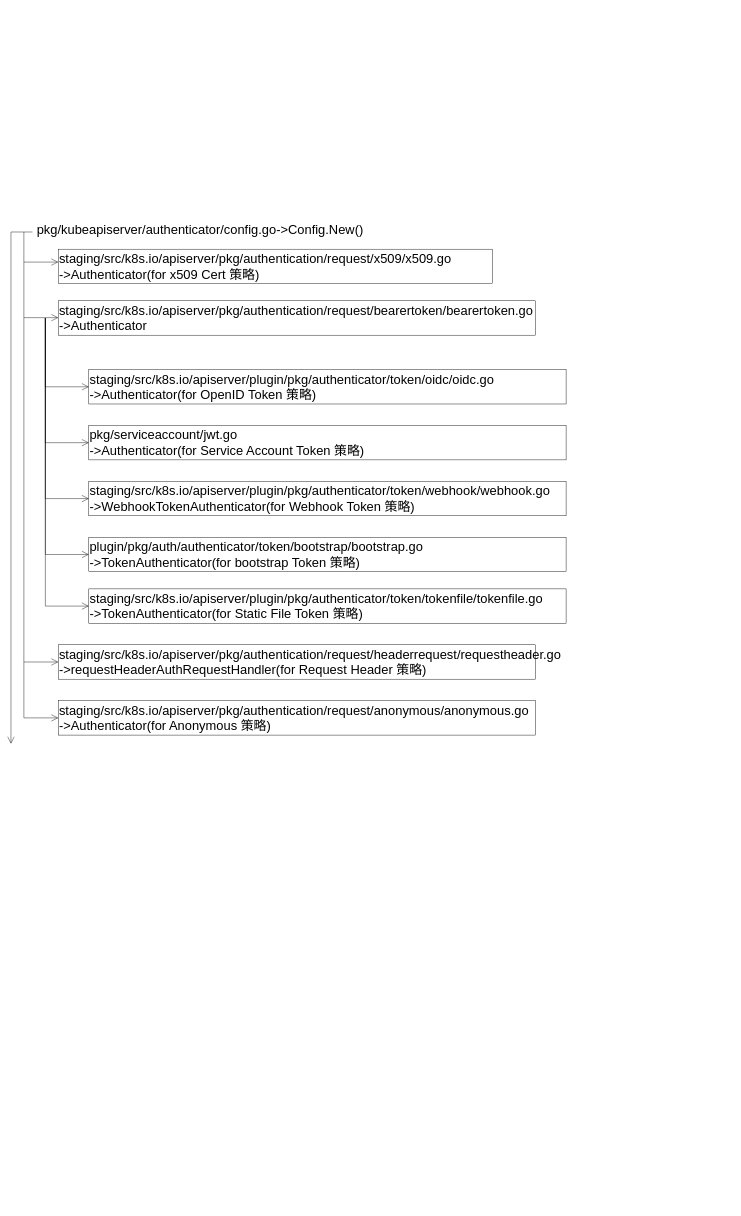
Above: k8scl/api-server/apiserver-login-impl-register.drawio in K8SCL/assets-repo (draw.io), before the change. Source tidied: cells renumbered, new cells numbered last; positions are measured from the earlier drawing's top-left corner, leaving out a move shared by most shapes. Both pictures are drawn from the tidied source at 43%, with x=0, y=0 at pixel (11, 223).
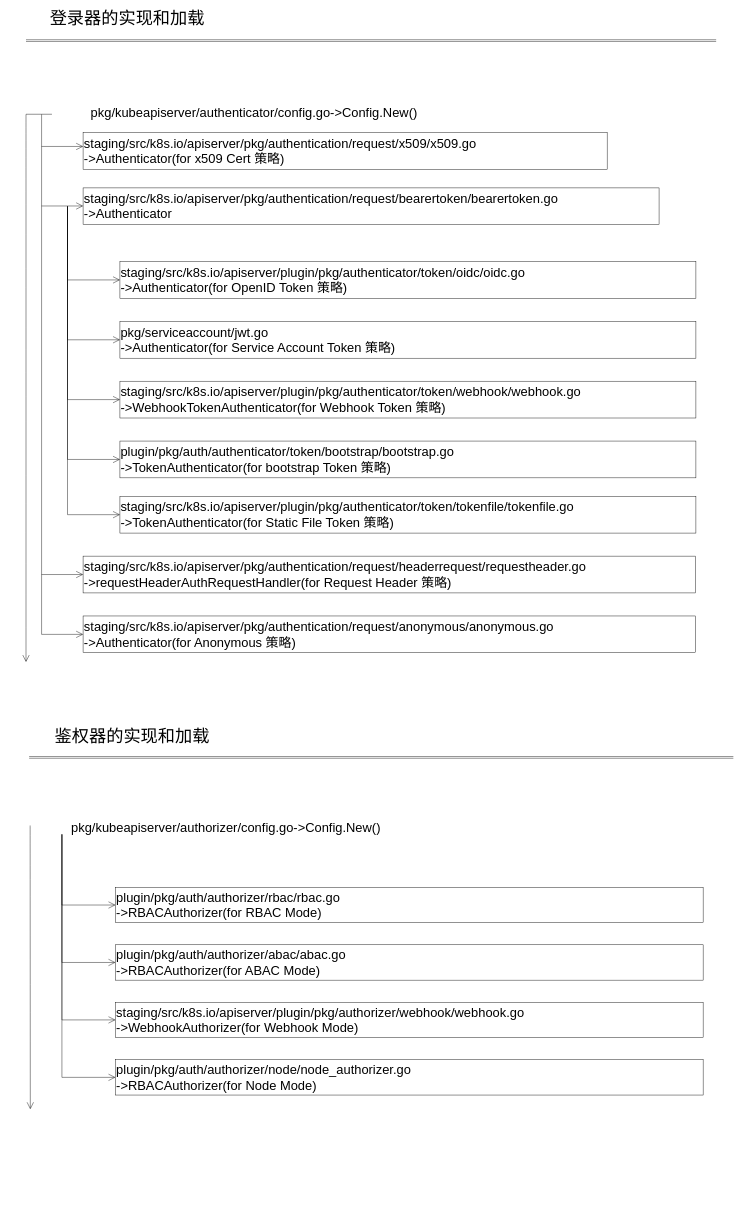
The same diagram, later.

Change to the diagram source:
```diff
@@
+    <mxCell id="23" style="group;strokeColor=none;dashed=1;" parent="1" vertex="1">
+      <mxGeometry x="35" y="-500" width="1605" height="1520" as="geometry" />
+    </mxCell>
-    <mxCell id="2" style="edgeStyle=none;orthogonalLoop=1;jettySize=auto;html=1;rounded=0;fontSize=30;endArrow=open;startSize=14;endSize=14;sourcePerimeterSpacing=8;targetPerimeterSpacing=8;curved=1;" parent="1" edge="1">
+    <mxCell id="2" style="edgeStyle=none;orthogonalLoop=1;jettySize=auto;html=1;rounded=0;fontSize=30;endArrow=open;startSize=14;endSize=14;sourcePerimeterSpacing=8;targetPerimeterSpacing=8;curved=1;" parent="23" edge="1">
       <mxGeometry relative="1" as="geometry">
-        <mxPoint y="20" as="sourcePoint" />
-        <mxPoint y="1210" as="targetPoint" />
+        <mxPoint y="246.2" as="sourcePoint" />
+        <mxPoint y="1520" as="targetPoint" />
       </mxGeometry>
     </mxCell>
-    <mxCell id="3" value="pkg/kubeapiserver/authenticator/config.go-&amp;gt;Config.New()" style="text;strokeColor=none;fillColor=none;html=1;align=center;verticalAlign=middle;whiteSpace=wrap;rounded=0;fontSize=30;" parent="1" vertex="1">
-      <mxGeometry x="50" width="780" height="30" as="geometry" />
+    <mxCell id="3" value="pkg/kubeapiserver/authenticator/config.go-&amp;gt;Config.New()" style="text;strokeColor=none;fillColor=none;html=1;align=center;verticalAlign=middle;whiteSpace=wrap;rounded=0;fontSize=30;" parent="23" vertex="1">
+      <mxGeometry x="60.3" y="224.8" width="941.3" height="32.1" as="geometry" />
     </mxCell>
-    <mxCell id="4" value="staging/src/k8s.io/apiserver/pkg/authentication/request/x509/x509.go&lt;br&gt;-&amp;gt;Authenticator(for x509 Cert 策略)" style="rounded=0;whiteSpace=wrap;html=1;fontSize=30;align=left;" parent="1" vertex="1">
-      <mxGeometry x="110" y="60" width="1010" height="80" as="geometry" />
+    <mxCell id="4" value="staging/src/k8s.io/apiserver/pkg/authentication/request/x509/x509.go&lt;br&gt;-&amp;gt;Authenticator(for x509 Cert 策略)" style="rounded=0;whiteSpace=wrap;html=1;fontSize=30;align=left;" parent="23" vertex="1">
+      <mxGeometry x="132.7" y="289" width="1218.8" height="85.6" as="geometry" />
     </mxCell>
-    <mxCell id="5" value="staging/src/k8s.io/apiserver/pkg/authentication/request/bearertoken/bearertoken.go&lt;br&gt;-&amp;gt;Authenticator" style="rounded=0;whiteSpace=wrap;html=1;fontSize=30;align=left;" parent="1" vertex="1">
-      <mxGeometry x="110" y="180" width="1110" height="80" as="geometry" />
+    <mxCell id="5" value="staging/src/k8s.io/apiserver/pkg/authentication/request/bearertoken/bearertoken.go&lt;br&gt;-&amp;gt;Authenticator" style="rounded=0;whiteSpace=wrap;html=1;fontSize=30;align=left;" parent="23" vertex="1">
+      <mxGeometry x="132.7" y="417.5" width="1339.5" height="85.6" as="geometry" />
     </mxCell>
-    <mxCell id="6" value="staging/src/k8s.io/apiserver/plugin/pkg/authenticator/token/oidc/oidc.go&lt;br&gt;-&amp;gt;Authenticator(for OpenID Token 策略)" style="rounded=0;whiteSpace=wrap;html=1;fontSize=30;align=left;" parent="1" vertex="1">
-      <mxGeometry x="181" y="340" width="1110" height="80" as="geometry" />
+    <mxCell id="6" value="staging/src/k8s.io/apiserver/plugin/pkg/authenticator/token/oidc/oidc.go&lt;br&gt;-&amp;gt;Authenticator(for OpenID Token 策略)" style="rounded=0;whiteSpace=wrap;html=1;fontSize=30;align=left;" parent="23" vertex="1">
+      <mxGeometry x="218.4" y="588.7" width="1339.5" height="85.6" as="geometry" />
     </mxCell>
-    <mxCell id="7" value="pkg/serviceaccount/jwt.go&lt;br&gt;-&amp;gt;Authenticator(for Service Account Token 策略)" style="rounded=0;whiteSpace=wrap;html=1;fontSize=30;align=left;" parent="1" vertex="1">
-      <mxGeometry x="181" y="470" width="1110" height="80" as="geometry" />
+    <mxCell id="7" value="pkg/serviceaccount/jwt.go&lt;br&gt;-&amp;gt;Authenticator(for Service Account Token 策略)" style="rounded=0;whiteSpace=wrap;html=1;fontSize=30;align=left;" parent="23" vertex="1">
+      <mxGeometry x="218.4" y="727.9" width="1339.5" height="85.6" as="geometry" />
     </mxCell>
-    <mxCell id="8" value="staging/src/k8s.io/apiserver/plugin/pkg/authenticator/token/webhook/webhook.go&lt;br style=&quot;border-color: var(--border-color);&quot;&gt;-&amp;gt;WebhookTokenAuthenticator(for Webhook Token 策略)" style="rounded=0;whiteSpace=wrap;html=1;fontSize=30;align=left;" parent="1" vertex="1">
-      <mxGeometry x="181" y="600" width="1110" height="80" as="geometry" />
+    <mxCell id="8" value="staging/src/k8s.io/apiserver/plugin/pkg/authenticator/token/webhook/webhook.go&lt;br style=&quot;border-color: var(--border-color);&quot;&gt;-&amp;gt;WebhookTokenAuthenticator(for Webhook Token 策略)" style="rounded=0;whiteSpace=wrap;html=1;fontSize=30;align=left;" parent="23" vertex="1">
+      <mxGeometry x="218.4" y="867" width="1339.5" height="85.6" as="geometry" />
     </mxCell>
-    <mxCell id="9" value="plugin/pkg/auth/authenticator/token/bootstrap/bootstrap.go&lt;br style=&quot;border-color: var(--border-color);&quot;&gt;-&amp;gt;TokenAuthenticator(for bootstrap Token 策略)" style="rounded=0;whiteSpace=wrap;html=1;fontSize=30;align=left;" parent="1" vertex="1">
-      <mxGeometry x="181" y="730" width="1110" height="80" as="geometry" />
+    <mxCell id="9" value="plugin/pkg/auth/authenticator/token/bootstrap/bootstrap.go&lt;br style=&quot;border-color: var(--border-color);&quot;&gt;-&amp;gt;TokenAuthenticator(for bootstrap Token 策略)" style="rounded=0;whiteSpace=wrap;html=1;fontSize=30;align=left;" parent="23" vertex="1">
+      <mxGeometry x="218.4" y="1006.2" width="1339.5" height="85.6" as="geometry" />
     </mxCell>
-    <mxCell id="10" value="staging/src/k8s.io/apiserver/plugin/pkg/authenticator/token/tokenfile/tokenfile.go&lt;br style=&quot;border-color: var(--border-color);&quot;&gt;-&amp;gt;TokenAuthenticator(for Static File Token 策略)" style="rounded=0;whiteSpace=wrap;html=1;fontSize=30;align=left;" parent="1" vertex="1">
-      <mxGeometry x="181" y="850" width="1110" height="80" as="geometry" />
+    <mxCell id="10" value="staging/src/k8s.io/apiserver/plugin/pkg/authenticator/token/tokenfile/tokenfile.go&lt;br style=&quot;border-color: var(--border-color);&quot;&gt;-&amp;gt;TokenAuthenticator(for Static File Token 策略)" style="rounded=0;whiteSpace=wrap;html=1;fontSize=30;align=left;" parent="23" vertex="1">
+      <mxGeometry x="218.4" y="1134.6" width="1339.5" height="85.6" as="geometry" />
     </mxCell>
-    <mxCell id="11" value="staging/src/k8s.io/apiserver/pkg/authentication/request/headerrequest/requestheader.go&lt;br&gt;-&amp;gt;requestHeaderAuthRequestHandler(for Request Header 策略)" style="rounded=0;whiteSpace=wrap;html=1;fontSize=30;align=left;" parent="1" vertex="1">
-      <mxGeometry x="110" y="980" width="1110" height="80" as="geometry" />
+    <mxCell id="11" value="staging/src/k8s.io/apiserver/pkg/authentication/request/headerrequest/requestheader.go&lt;br&gt;-&amp;gt;requestHeaderAuthRequestHandler(for Request Header 策略)" style="rounded=0;whiteSpace=wrap;html=1;fontSize=30;align=left;" parent="23" vertex="1">
+      <mxGeometry x="132.7" y="1273.8" width="1424" height="85.6" as="geometry" />
     </mxCell>
-    <mxCell id="12" value="staging/src/k8s.io/apiserver/pkg/authentication/request/anonymous/anonymous.go&lt;br&gt;-&amp;gt;Authenticator(for Anonymous 策略)" style="rounded=0;whiteSpace=wrap;html=1;fontSize=30;align=left;" parent="1" vertex="1">
-      <mxGeometry x="110" y="1110" width="1110" height="80" as="geometry" />
+    <mxCell id="12" value="staging/src/k8s.io/apiserver/pkg/authentication/request/anonymous/anonymous.go&lt;br&gt;-&amp;gt;Authenticator(for Anonymous 策略)" style="rounded=0;whiteSpace=wrap;html=1;fontSize=30;align=left;" parent="23" vertex="1">
+      <mxGeometry x="132.7" y="1413" width="1424" height="85.6" as="geometry" />
     </mxCell>
-    <mxCell id="13" style="edgeStyle=orthogonalEdgeStyle;jettySize=auto;html=1;rounded=0;fontSize=30;endArrow=open;startSize=14;endSize=14;sourcePerimeterSpacing=8;targetPerimeterSpacing=8;entryX=0;entryY=0.5;entryDx=0;entryDy=0;" parent="1" edge="1" target="12">
+    <mxCell id="13" style="edgeStyle=orthogonalEdgeStyle;jettySize=auto;html=1;rounded=0;fontSize=30;endArrow=open;startSize=14;endSize=14;sourcePerimeterSpacing=8;targetPerimeterSpacing=8;entryX=0;entryY=0.5;entryDx=0;entryDy=0;" parent="23" edge="1" target="12">
       <mxGeometry relative="1" as="geometry">
-        <mxPoint x="50" y="20" as="sourcePoint" />
+        <mxPoint x="60.3" y="246.2" as="sourcePoint" />
         <Array as="points">
-          <mxPoint x="50" y="20" />
-          <mxPoint x="30" y="20" />
-          <mxPoint x="30" y="1150" />
+          <mxPoint x="60.3" y="246.2" />
+          <mxPoint x="36.2" y="246.2" />
+          <mxPoint x="36.2" y="1455.8" />
         </Array>
       </mxGeometry>
     </mxCell>
-    <mxCell id="14" style="edgeStyle=none;orthogonalLoop=1;jettySize=auto;html=1;rounded=0;fontSize=30;endArrow=open;startSize=14;endSize=14;sourcePerimeterSpacing=8;targetPerimeterSpacing=8;" parent="1" edge="1">
+    <mxCell id="14" style="edgeStyle=none;orthogonalLoop=1;jettySize=auto;html=1;rounded=0;fontSize=30;endArrow=open;startSize=14;endSize=14;sourcePerimeterSpacing=8;targetPerimeterSpacing=8;" parent="23" edge="1">
       <mxGeometry relative="1" as="geometry">
-        <mxPoint x="30" y="90" as="sourcePoint" />
-        <mxPoint x="110" y="90" as="targetPoint" />
+        <mxPoint x="36.2" y="321.1" as="sourcePoint" />
+        <mxPoint x="132.7" y="321.1" as="targetPoint" />
       </mxGeometry>
     </mxCell>
-    <mxCell id="15" style="edgeStyle=none;orthogonalLoop=1;jettySize=auto;html=1;rounded=0;fontSize=30;endArrow=open;startSize=14;endSize=14;sourcePerimeterSpacing=8;targetPerimeterSpacing=8;" parent="1" edge="1">
+    <mxCell id="15" style="edgeStyle=none;orthogonalLoop=1;jettySize=auto;html=1;rounded=0;fontSize=30;endArrow=open;startSize=14;endSize=14;sourcePerimeterSpacing=8;targetPerimeterSpacing=8;" parent="23" edge="1">
       <mxGeometry relative="1" as="geometry">
-        <mxPoint x="30" y="219.2" as="sourcePoint" />
-        <mxPoint x="110" y="219.2" as="targetPoint" />
+        <mxPoint x="36.2" y="459.5" as="sourcePoint" />
+        <mxPoint x="132.7" y="459.5" as="targetPoint" />
       </mxGeometry>
     </mxCell>
-    <mxCell id="16" style="edgeStyle=orthogonalEdgeStyle;jettySize=auto;html=1;rounded=0;fontSize=30;endArrow=open;startSize=14;endSize=14;sourcePerimeterSpacing=8;targetPerimeterSpacing=8;entryX=0;entryY=0.5;entryDx=0;entryDy=0;" parent="1" edge="1" target="6">
+    <mxCell id="16" style="edgeStyle=orthogonalEdgeStyle;jettySize=auto;html=1;rounded=0;fontSize=30;endArrow=open;startSize=14;endSize=14;sourcePerimeterSpacing=8;targetPerimeterSpacing=8;entryX=0;entryY=0.5;entryDx=0;entryDy=0;" parent="23" edge="1" target="6">
       <mxGeometry relative="1" as="geometry">
-        <mxPoint x="80" y="220" as="sourcePoint" />
+        <mxPoint x="96.5" y="460.3" as="sourcePoint" />
         <Array as="points">
-          <mxPoint x="80" y="380" />
+          <mxPoint x="96.5" y="631.5" />
         </Array>
       </mxGeometry>
     </mxCell>
-    <mxCell id="17" style="edgeStyle=orthogonalEdgeStyle;jettySize=auto;html=1;rounded=0;fontSize=30;endArrow=open;startSize=14;endSize=14;sourcePerimeterSpacing=8;targetPerimeterSpacing=8;entryX=0;entryY=0.5;entryDx=0;entryDy=0;" parent="1" edge="1" target="7">
+    <mxCell id="17" style="edgeStyle=orthogonalEdgeStyle;jettySize=auto;html=1;rounded=0;fontSize=30;endArrow=open;startSize=14;endSize=14;sourcePerimeterSpacing=8;targetPerimeterSpacing=8;entryX=0;entryY=0.5;entryDx=0;entryDy=0;" parent="23" edge="1" target="7">
       <mxGeometry relative="1" as="geometry">
-        <mxPoint x="80" y="220" as="sourcePoint" />
+        <mxPoint x="96.5" y="460.3" as="sourcePoint" />
         <Array as="points">
-          <mxPoint x="80" y="230" />
-          <mxPoint x="80" y="510" />
+          <mxPoint x="96.5" y="471" />
+          <mxPoint x="96.5" y="770.7" />
         </Array>
       </mxGeometry>
     </mxCell>
-    <mxCell id="18" style="edgeStyle=orthogonalEdgeStyle;jettySize=auto;html=1;rounded=0;fontSize=30;endArrow=open;startSize=14;endSize=14;sourcePerimeterSpacing=8;targetPerimeterSpacing=8;entryX=0;entryY=0.5;entryDx=0;entryDy=0;" parent="1" edge="1" target="8">
+    <mxCell id="18" style="edgeStyle=orthogonalEdgeStyle;jettySize=auto;html=1;rounded=0;fontSize=30;endArrow=open;startSize=14;endSize=14;sourcePerimeterSpacing=8;targetPerimeterSpacing=8;entryX=0;entryY=0.5;entryDx=0;entryDy=0;" parent="23" edge="1" target="8">
       <mxGeometry relative="1" as="geometry">
-        <mxPoint x="80" y="220" as="sourcePoint" />
+        <mxPoint x="96.5" y="460.3" as="sourcePoint" />
         <Array as="points">
-          <mxPoint x="80" y="230" />
-          <mxPoint x="80" y="640" />
+          <mxPoint x="96.5" y="471" />
+          <mxPoint x="96.5" y="909.9" />
         </Array>
       </mxGeometry>
     </mxCell>
-    <mxCell id="19" style="edgeStyle=orthogonalEdgeStyle;jettySize=auto;html=1;rounded=0;fontSize=30;endArrow=open;startSize=14;endSize=14;sourcePerimeterSpacing=8;targetPerimeterSpacing=8;entryX=0;entryY=0.5;entryDx=0;entryDy=0;" parent="1" edge="1" target="9">
+    <mxCell id="19" style="edgeStyle=orthogonalEdgeStyle;jettySize=auto;html=1;rounded=0;fontSize=30;endArrow=open;startSize=14;endSize=14;sourcePerimeterSpacing=8;targetPerimeterSpacing=8;entryX=0;entryY=0.5;entryDx=0;entryDy=0;" parent="23" edge="1" target="9">
       <mxGeometry relative="1" as="geometry">
-        <mxPoint x="80" y="220" as="sourcePoint" />
+        <mxPoint x="96.5" y="460.3" as="sourcePoint" />
         <Array as="points">
-          <mxPoint x="80" y="230" />
-          <mxPoint x="80" y="770" />
+          <mxPoint x="96.5" y="471" />
+          <mxPoint x="96.5" y="1049" />
         </Array>
       </mxGeometry>
     </mxCell>
-    <mxCell id="20" style="edgeStyle=orthogonalEdgeStyle;jettySize=auto;html=1;rounded=0;fontSize=30;endArrow=open;startSize=14;endSize=14;sourcePerimeterSpacing=8;targetPerimeterSpacing=8;entryX=0;entryY=0.5;entryDx=0;entryDy=0;" parent="1" edge="1" target="10">
+    <mxCell id="20" style="edgeStyle=orthogonalEdgeStyle;jettySize=auto;html=1;rounded=0;fontSize=30;endArrow=open;startSize=14;endSize=14;sourcePerimeterSpacing=8;targetPerimeterSpacing=8;entryX=0;entryY=0.5;entryDx=0;entryDy=0;" parent="23" edge="1" target="10">
       <mxGeometry relative="1" as="geometry">
-        <mxPoint x="80" y="220" as="sourcePoint" />
+        <mxPoint x="96.5" y="460.3" as="sourcePoint" />
         <Array as="points">
-          <mxPoint x="80" y="230" />
-          <mxPoint x="80" y="890" />
+          <mxPoint x="96.5" y="471" />
+          <mxPoint x="96.5" y="1177.5" />
         </Array>
       </mxGeometry>
     </mxCell>
-    <mxCell id="21" style="edgeStyle=none;orthogonalLoop=1;jettySize=auto;html=1;rounded=0;fontSize=30;endArrow=open;startSize=14;endSize=14;sourcePerimeterSpacing=8;targetPerimeterSpacing=8;" parent="1" edge="1">
+    <mxCell id="21" style="edgeStyle=none;orthogonalLoop=1;jettySize=auto;html=1;rounded=0;fontSize=30;endArrow=open;startSize=14;endSize=14;sourcePerimeterSpacing=8;targetPerimeterSpacing=8;" parent="23" edge="1">
       <mxGeometry relative="1" as="geometry">
-        <mxPoint x="30" y="1020" as="sourcePoint" />
-        <mxPoint x="110" y="1020" as="targetPoint" />
+        <mxPoint x="36.2" y="1316.6" as="sourcePoint" />
+        <mxPoint x="132.7" y="1316.6" as="targetPoint" />
       </mxGeometry>
     </mxCell>
-    <mxCell id="22" style="edgeStyle=none;orthogonalLoop=1;jettySize=auto;html=1;rounded=0;fontSize=30;endArrow=none;startSize=14;endSize=14;sourcePerimeterSpacing=8;targetPerimeterSpacing=8;endFill=0;" parent="1" edge="1">
+    <mxCell id="22" style="edgeStyle=none;orthogonalLoop=1;jettySize=auto;html=1;rounded=0;fontSize=30;endArrow=none;startSize=14;endSize=14;sourcePerimeterSpacing=8;targetPerimeterSpacing=8;endFill=0;" parent="23" edge="1">
       <mxGeometry relative="1" as="geometry">
-        <mxPoint y="20" as="sourcePoint" />
-        <mxPoint x="30" y="20" as="targetPoint" />
+        <mxPoint y="246.2" as="sourcePoint" />
+        <mxPoint x="36.2" y="246.2" as="targetPoint" />
       </mxGeometry>
     </mxCell>
+    <mxCell id="24" value="登录器的实现和加载" style="text;strokeColor=none;fillColor=none;html=1;align=center;verticalAlign=middle;whiteSpace=wrap;rounded=0;fontSize=40;" parent="23" vertex="1">
+      <mxGeometry width="470.6" height="42.8" as="geometry" />
+    </mxCell>
+    <mxCell id="25" style="edgeStyle=none;orthogonalLoop=1;jettySize=auto;html=1;rounded=0;fontSize=30;endArrow=open;sourcePerimeterSpacing=8;targetPerimeterSpacing=8;curved=1;shape=link;" parent="23" edge="1">
+      <mxGeometry relative="1" as="geometry">
+        <mxPoint y="74.9" as="sourcePoint" />
+        <mxPoint x="1605" y="74.9" as="targetPoint" />
+      </mxGeometry>
+    </mxCell>
+    <mxCell id="26" style="group;" parent="1" vertex="1">
+      <mxGeometry x="30" y="1170" width="1650" height="1120" as="geometry" />
+    </mxCell>
+    <mxCell id="27" style="edgeStyle=none;orthogonalLoop=1;jettySize=auto;html=1;rounded=0;fontSize=30;endArrow=open;startSize=14;endSize=14;sourcePerimeterSpacing=8;targetPerimeterSpacing=8;curved=1;" parent="26" edge="1">
+      <mxGeometry relative="1" as="geometry">
+        <mxPoint x="14.6" y="230.3" as="sourcePoint" />
+        <mxPoint x="15" y="890" as="targetPoint" />
+      </mxGeometry>
+    </mxCell>
+    <mxCell id="28" value="pkg/kubeapiserver/authorizer/config.go-&amp;gt;Config.New()" style="text;strokeColor=none;fillColor=none;html=1;align=center;verticalAlign=middle;whiteSpace=wrap;rounded=0;fontSize=30;" parent="26" vertex="1">
+      <mxGeometry x="-10" y="220" width="960.4" height="30.8" as="geometry" />
+    </mxCell>
+    <mxCell id="29" value="plugin/pkg/auth/authorizer/rbac/rbac.go&lt;br style=&quot;border-color: var(--border-color);&quot;&gt;-&amp;gt;RBACAuthorizer(for RBAC Mode)" style="rounded=0;whiteSpace=wrap;html=1;fontSize=30;align=left;" parent="26" vertex="1">
+      <mxGeometry x="212.9" y="374.1" width="1366.8" height="82.2" as="geometry" />
+    </mxCell>
+    <mxCell id="30" value="plugin/pkg/auth/authorizer/abac/abac.go&lt;br style=&quot;border-color: var(--border-color);&quot;&gt;-&amp;gt;RBACAuthorizer(for ABAC Mode)" style="rounded=0;whiteSpace=wrap;html=1;fontSize=30;align=left;" parent="26" vertex="1">
+      <mxGeometry x="212.9" y="507.7" width="1366.8" height="82.2" as="geometry" />
+    </mxCell>
+    <mxCell id="31" value="staging/src/k8s.io/apiserver/plugin/pkg/authorizer/webhook/webhook.go&lt;br style=&quot;border-color: var(--border-color);&quot;&gt;-&amp;gt;WebhookAuthorizer(for Webhook Mode)" style="rounded=0;whiteSpace=wrap;html=1;fontSize=30;align=left;" parent="26" vertex="1">
+      <mxGeometry x="212.9" y="641.3" width="1366.8" height="82.2" as="geometry" />
+    </mxCell>
+    <mxCell id="32" value="plugin/pkg/auth/authorizer/node/node_authorizer.go&lt;br style=&quot;border-color: var(--border-color);&quot;&gt;-&amp;gt;RBACAuthorizer(for Node Mode)" style="rounded=0;whiteSpace=wrap;html=1;fontSize=30;align=left;" parent="26" vertex="1">
+      <mxGeometry x="212.9" y="774.9" width="1366.8" height="82.2" as="geometry" />
+    </mxCell>
+    <mxCell id="33" style="edgeStyle=orthogonalEdgeStyle;jettySize=auto;html=1;rounded=0;fontSize=30;endArrow=open;startSize=14;endSize=14;sourcePerimeterSpacing=8;targetPerimeterSpacing=8;entryX=0;entryY=0.5;entryDx=0;entryDy=0;" parent="26" edge="1" target="29">
+      <mxGeometry relative="1" as="geometry">
+        <mxPoint x="88.5" y="250.8" as="sourcePoint" />
+        <Array as="points">
+          <mxPoint x="88.5" y="415.2" />
+        </Array>
+      </mxGeometry>
+    </mxCell>
+    <mxCell id="34" style="edgeStyle=orthogonalEdgeStyle;jettySize=auto;html=1;rounded=0;fontSize=30;endArrow=open;startSize=14;endSize=14;sourcePerimeterSpacing=8;targetPerimeterSpacing=8;entryX=0;entryY=0.5;entryDx=0;entryDy=0;" parent="26" edge="1" target="30">
+      <mxGeometry relative="1" as="geometry">
+        <mxPoint x="88.5" y="250.8" as="sourcePoint" />
+        <Array as="points">
+          <mxPoint x="88.5" y="261.1" />
+          <mxPoint x="88.5" y="548.8" />
+        </Array>
+      </mxGeometry>
+    </mxCell>
+    <mxCell id="35" style="edgeStyle=orthogonalEdgeStyle;jettySize=auto;html=1;rounded=0;fontSize=30;endArrow=open;startSize=14;endSize=14;sourcePerimeterSpacing=8;targetPerimeterSpacing=8;entryX=0;entryY=0.5;entryDx=0;entryDy=0;" parent="26" edge="1" target="31">
+      <mxGeometry relative="1" as="geometry">
+        <mxPoint x="88.5" y="250.8" as="sourcePoint" />
+        <Array as="points">
+          <mxPoint x="88.5" y="261.1" />
+          <mxPoint x="88.5" y="682.4" />
+        </Array>
+      </mxGeometry>
+    </mxCell>
+    <mxCell id="36" style="edgeStyle=orthogonalEdgeStyle;jettySize=auto;html=1;rounded=0;fontSize=30;endArrow=open;startSize=14;endSize=14;sourcePerimeterSpacing=8;targetPerimeterSpacing=8;entryX=0;entryY=0.5;entryDx=0;entryDy=0;" parent="26" edge="1" target="32">
+      <mxGeometry relative="1" as="geometry">
+        <mxPoint x="88.5" y="250.8" as="sourcePoint" />
+        <Array as="points">
+          <mxPoint x="88.5" y="261.1" />
+          <mxPoint x="88.5" y="816" />
+        </Array>
+      </mxGeometry>
+    </mxCell>
+    <mxCell id="37" value="鉴权器的实现和加载" style="text;strokeColor=none;fillColor=none;html=1;align=center;verticalAlign=middle;whiteSpace=wrap;rounded=0;fontSize=40;" parent="26" vertex="1">
+      <mxGeometry x="12.3" width="480.2" height="41.1" as="geometry" />
+    </mxCell>
+    <mxCell id="38" style="edgeStyle=none;orthogonalLoop=1;jettySize=auto;html=1;rounded=0;fontSize=30;endArrow=open;sourcePerimeterSpacing=8;targetPerimeterSpacing=8;curved=1;shape=link;" parent="26" edge="1">
+      <mxGeometry relative="1" as="geometry">
+        <mxPoint x="12.3" y="71.9" as="sourcePoint" />
+        <mxPoint x="1650" y="71.9" as="targetPoint" />
+      </mxGeometry>
+    </mxCell>
```
